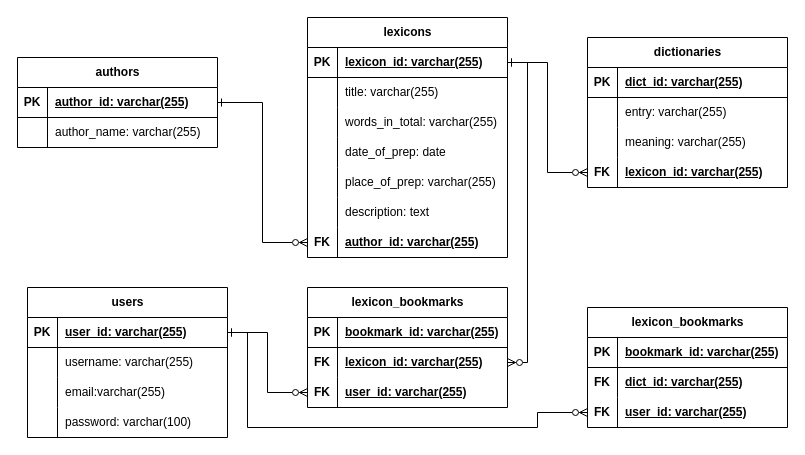
The draw.io diagram ERD.drawio in HarisHerdiansyah/uts-pemrograman-web-2025, before the edit. Source tidied: cells renumbered, new cells numbered last; positions are measured from the earlier drawing's top-left corner, leaving out a move shared by most shapes. Both pictures are drawn from the tidied source at 100%, with x=0, y=0 at pixel (17, 17).
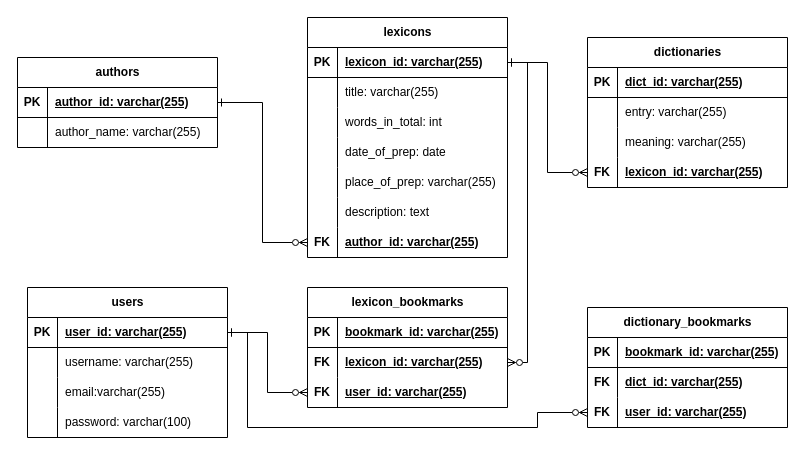
After the change.

The change refers to these unchanged cells:
```xml
<mxCell id="29" style="shape=tableRow;horizontal=0;startSize=0;swimlaneHead=0;swimlaneBody=0;fillColor=none;top=0;left=0;right=0;bottom=0;" parent="22" vertex="1">
  <mxGeometry y="90" width="200" height="30" as="geometry" />
</mxCell>
```

Diff of the diagram source:
```diff
@@
-    <mxCell id="31" value="words_in_total: varchar(255)" style="shape=partialRectangle;fillColor=none;top=0;left=0;bottom=0;right=0;align=left;spacingLeft=6;overflow=hidden;whiteSpace=wrap;html=1;" parent="29" vertex="1">
+    <mxCell id="31" value="words_in_total: int" style="shape=partialRectangle;fillColor=none;top=0;left=0;bottom=0;right=0;align=left;spacingLeft=6;overflow=hidden;whiteSpace=wrap;html=1;" parent="29" vertex="1">
       <mxGeometry x="30" width="170" height="30" as="geometry" />
     </mxCell>
@@
-    <mxCell id="71" value="lexicon_bookmarks" style="shape=table;startSize=30;childLayout=tableLayout;rowLines=0;fontStyle=1;align=center;html=1;" parent="1" vertex="1">
+    <mxCell id="71" value="dictionary_bookmarks" style="shape=table;startSize=30;childLayout=tableLayout;rowLines=0;fontStyle=1;align=center;html=1;" parent="1" vertex="1">
       <mxGeometry x="570" y="290" width="200" height="120" as="geometry" />
     </mxCell>
```
